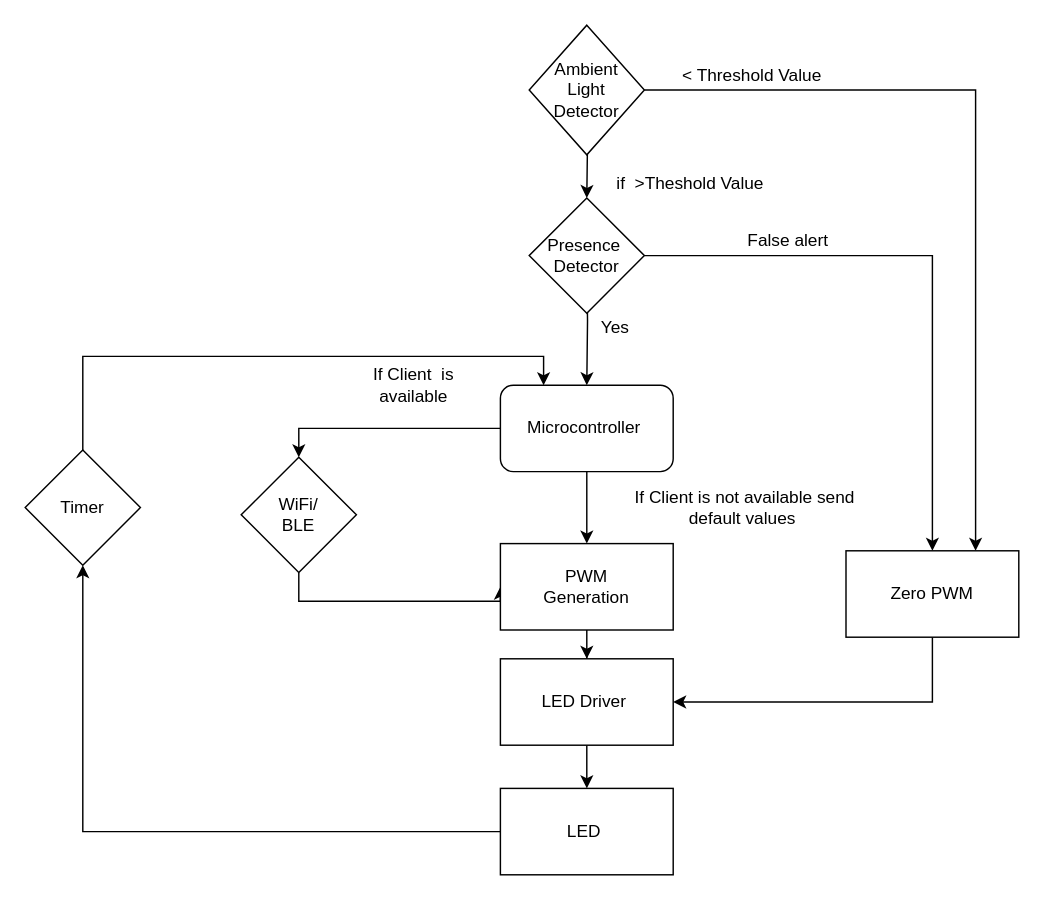
The draw.io diagram Untitled Diagram.drawio in Tanmaymundra/vhdl, before the edit. Source tidied: cells renumbered, new cells numbered last; positions are measured from the earlier drawing's top-left corner, leaving out a move shared by most shapes. Both pictures are drawn from the tidied source at 144%, with x=0, y=0 at pixel (24, 24).
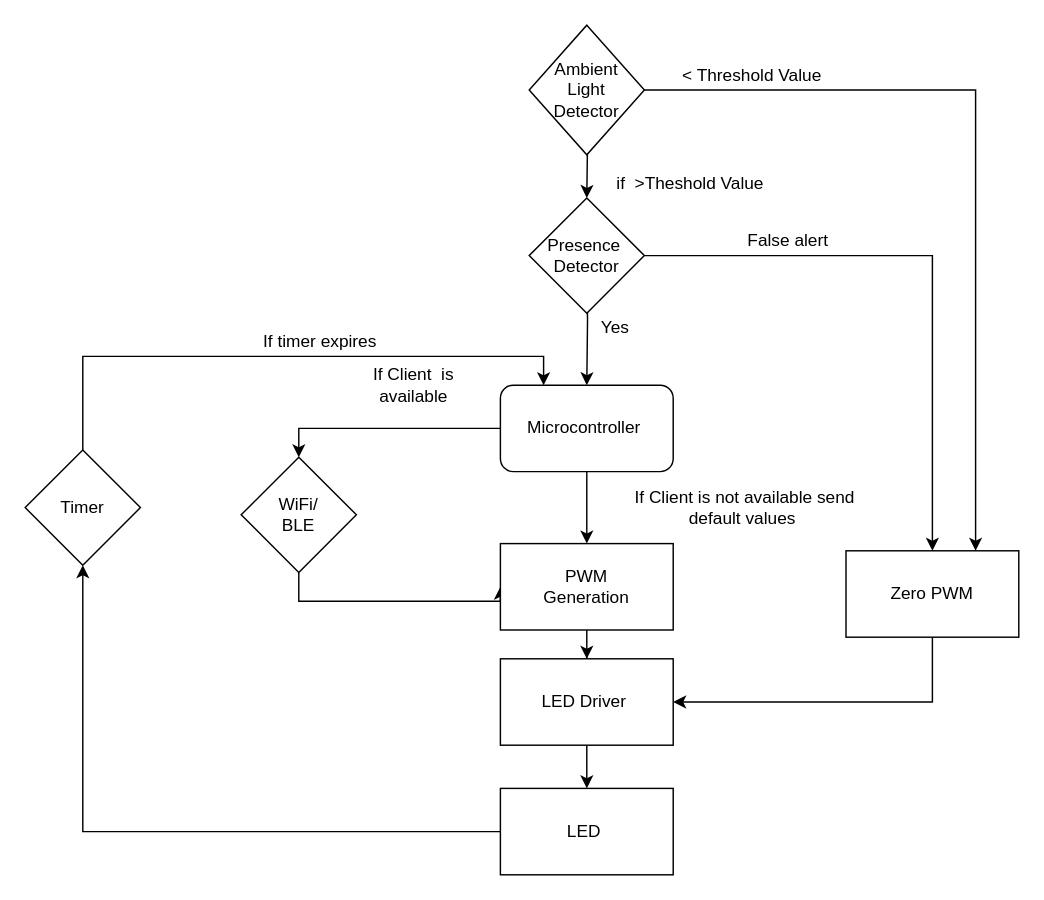
After the change.

What changed in the source:
```diff
@@
+    <mxCell id="29" value="If timer expires" style="text;html=1;strokeColor=none;fillColor=none;align=center;verticalAlign=middle;whiteSpace=wrap;rounded=0;" parent="1" vertex="1">
+      <mxGeometry x="140" y="210" width="130" height="20" as="geometry" />
+    </mxCell>
```
